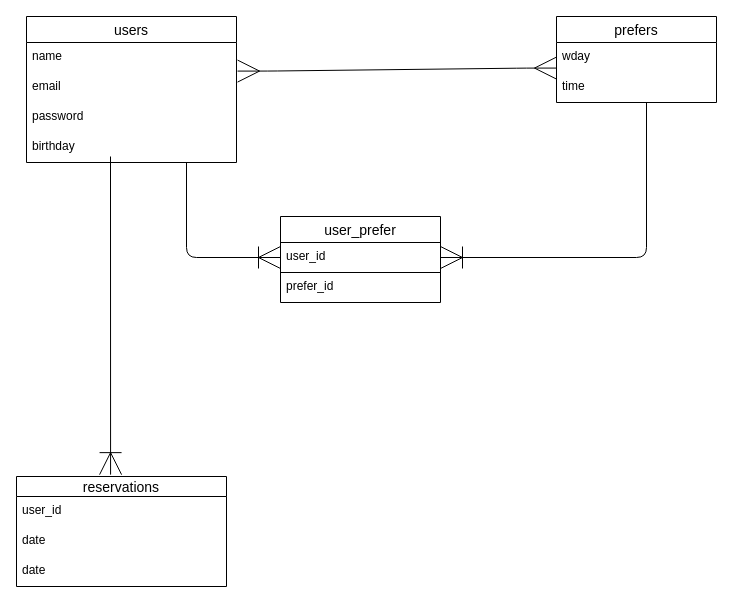
iehnfmsm/nailsalon keeps this draw.io diagram as nailsalon.dio. Above is the earlier version. Source tidied: cells renumbered, new cells numbered last; positions are measured from the earlier drawing's top-left corner, leaving out a move shared by most shapes. Both pictures are drawn from the tidied source at 100%, with x=0, y=0 at pixel (16, 16).
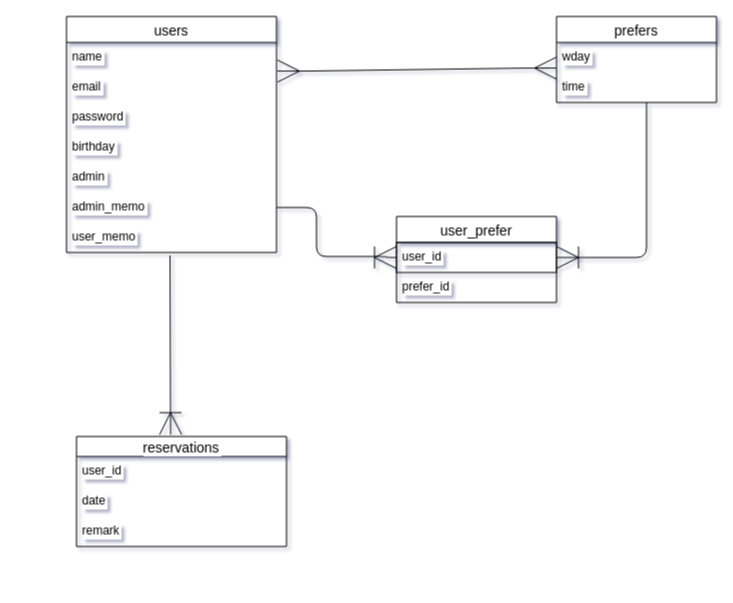
After the change.

The edit, as a diff of the source:
```diff
@@
-<mxGraphModel>
+<mxGraphModel background="#ffffff" shadow="1">
@@
-    <mxCell id="2" value="users" style="swimlane;fontStyle=0;horizontal=1;startSize=26;align=center;fontSize=14;" parent="1" vertex="1">
-      <mxGeometry x="10" width="210" height="146" as="geometry" />
+    <mxCell id="2" value="users" style="swimlane;fontStyle=0;horizontal=1;startSize=26;align=center;fontSize=14;labelBackgroundColor=#FFFFFF;" parent="1" vertex="1">
+      <mxGeometry x="50" width="210" height="236" as="geometry" />
     </mxCell>
-    <mxCell id="3" value="name" style="text;strokeColor=none;fillColor=none;spacingLeft=4;spacingRight=4;overflow=hidden;points=[[0,0.5],[1,0.5]];portConstraint=eastwest;fontSize=12;" parent="2" vertex="1">
+    <mxCell id="3" value="name" style="text;strokeColor=none;fillColor=none;spacingLeft=4;spacingRight=4;overflow=hidden;points=[[0,0.5],[1,0.5]];portConstraint=eastwest;fontSize=12;labelBackgroundColor=#FFFFFF;" parent="2" vertex="1">
       <mxGeometry y="26" width="210" height="30" as="geometry" />
     </mxCell>
-    <mxCell id="4" value="email" style="text;strokeColor=none;fillColor=none;spacingLeft=4;spacingRight=4;overflow=hidden;fontSize=12;" parent="2" vertex="1">
+    <mxCell id="4" value="email" style="text;strokeColor=none;fillColor=none;spacingLeft=4;spacingRight=4;overflow=hidden;fontSize=12;labelBackgroundColor=#FFFFFF;" parent="2" vertex="1">
       <mxGeometry y="56" width="210" height="30" as="geometry" />
     </mxCell>
-    <mxCell id="5" value="password" style="text;strokeColor=none;fillColor=none;spacingLeft=4;spacingRight=4;overflow=hidden;fontSize=12;" parent="2" vertex="1">
+    <mxCell id="5" value="password" style="text;strokeColor=none;fillColor=none;spacingLeft=4;spacingRight=4;overflow=hidden;fontSize=12;labelBackgroundColor=#FFFFFF;" parent="2" vertex="1">
       <mxGeometry y="86" width="210" height="30" as="geometry" />
     </mxCell>
-    <mxCell id="6" value="birthday" style="text;strokeColor=none;fillColor=none;spacingLeft=4;spacingRight=4;overflow=hidden;points=[[0,0.5],[1,0.5]];portConstraint=eastwest;fontSize=12;" parent="2" vertex="1">
+    <mxCell id="6" value="birthday" style="text;strokeColor=none;fillColor=none;spacingLeft=4;spacingRight=4;overflow=hidden;points=[[0,0.5],[1,0.5]];portConstraint=eastwest;fontSize=12;labelBackgroundColor=#FFFFFF;" parent="2" vertex="1">
       <mxGeometry y="116" width="210" height="30" as="geometry" />
     </mxCell>
+    <mxCell id="21" value="admin" style="text;strokeColor=none;fillColor=none;spacingLeft=4;spacingRight=4;overflow=hidden;fontSize=12;labelBackgroundColor=#FFFFFF;" parent="2" vertex="1">
+      <mxGeometry y="146" width="210" height="30" as="geometry" />
+    </mxCell>
+    <mxCell id="22" value="admin_memo" style="text;strokeColor=none;fillColor=none;spacingLeft=4;spacingRight=4;overflow=hidden;points=[[0,0.5],[1,0.5]];portConstraint=eastwest;fontSize=12;labelBackgroundColor=#FFFFFF;" parent="2" vertex="1">
+      <mxGeometry y="176" width="210" height="30" as="geometry" />
+    </mxCell>
+    <mxCell id="23" value="user_memo" style="text;strokeColor=none;fillColor=none;spacingLeft=4;spacingRight=4;overflow=hidden;points=[[0,0.5],[1,0.5]];portConstraint=eastwest;fontSize=12;labelBackgroundColor=#FFFFFF;" parent="2" vertex="1">
+      <mxGeometry y="206" width="210" height="30" as="geometry" />
+    </mxCell>
-    <mxCell id="7" value="reservations" style="swimlane;fontStyle=0;horizontal=1;startSize=20;align=center;fontSize=14;" parent="1" vertex="1">
-      <mxGeometry y="460" width="210" height="110" as="geometry" />
+    <mxCell id="7" value="reservations" style="swimlane;fontStyle=0;horizontal=1;startSize=20;align=center;fontSize=14;labelBackgroundColor=#FFFFFF;" parent="1" vertex="1">
+      <mxGeometry x="60" y="420" width="210" height="110" as="geometry" />
     </mxCell>
-    <mxCell id="8" value="user_id" style="text;strokeColor=none;fillColor=none;spacingLeft=4;spacingRight=4;overflow=hidden;fontSize=12;" parent="7" vertex="1">
+    <mxCell id="8" value="user_id" style="text;strokeColor=none;fillColor=none;spacingLeft=4;spacingRight=4;overflow=hidden;fontSize=12;labelBackgroundColor=#FFFFFF;" parent="7" vertex="1">
       <mxGeometry y="20" width="210" height="30" as="geometry" />
     </mxCell>
-    <mxCell id="9" value="date" style="text;strokeColor=none;fillColor=none;spacingLeft=4;spacingRight=4;overflow=hidden;fontSize=12;" parent="7" vertex="1">
+    <mxCell id="9" value="date" style="text;strokeColor=none;fillColor=none;spacingLeft=4;spacingRight=4;overflow=hidden;fontSize=12;labelBackgroundColor=#FFFFFF;" parent="7" vertex="1">
       <mxGeometry y="50" width="210" height="30" as="geometry" />
     </mxCell>
-    <mxCell id="10" value="date" style="text;strokeColor=none;fillColor=none;spacingLeft=4;spacingRight=4;overflow=hidden;fontSize=12;" parent="7" vertex="1">
+    <mxCell id="10" value="remark" style="text;strokeColor=none;fillColor=none;spacingLeft=4;spacingRight=4;overflow=hidden;fontSize=12;labelBackgroundColor=#FFFFFF;" parent="7" vertex="1">
       <mxGeometry y="80" width="210" height="30" as="geometry" />
     </mxCell>
-    <mxCell id="11" value="user_prefer" style="swimlane;fontStyle=0;horizontal=1;startSize=26;align=center;fontSize=14;" parent="1" vertex="1">
-      <mxGeometry x="264" y="200" width="160" height="86" as="geometry" />
+    <mxCell id="11" value="user_prefer" style="swimlane;fontStyle=0;horizontal=1;startSize=26;align=center;fontSize=14;labelBackgroundColor=#FFFFFF;" parent="1" vertex="1">
+      <mxGeometry x="380" y="200" width="160" height="86" as="geometry" />
     </mxCell>
-    <mxCell id="12" value="user_id" style="text;strokeColor=default;fillColor=none;spacingLeft=4;spacingRight=4;overflow=hidden;points=[[0,0.5],[1,0.5]];portConstraint=eastwest;fontSize=12;strokeWidth=1;" parent="11" vertex="1">
+    <mxCell id="12" value="user_id" style="text;strokeColor=default;fillColor=none;spacingLeft=4;spacingRight=4;overflow=hidden;points=[[0,0.5],[1,0.5]];portConstraint=eastwest;fontSize=12;strokeWidth=1;labelBackgroundColor=#FFFFFF;" parent="11" vertex="1">
       <mxGeometry y="26" width="160" height="30" as="geometry" />
     </mxCell>
-    <mxCell id="13" value="prefer_id" style="text;strokeColor=none;fillColor=none;spacingLeft=4;spacingRight=4;overflow=hidden;fontSize=12;" parent="11" vertex="1">
+    <mxCell id="13" value="prefer_id" style="text;strokeColor=none;fillColor=none;spacingLeft=4;spacingRight=4;overflow=hidden;fontSize=12;labelBackgroundColor=#FFFFFF;" parent="11" vertex="1">
       <mxGeometry y="56" width="160" height="30" as="geometry" />
     </mxCell>
-    <mxCell id="14" value="prefers" style="swimlane;fontStyle=0;horizontal=1;startSize=26;align=center;fontSize=14;" parent="1" vertex="1">
+    <mxCell id="14" value="prefers" style="swimlane;fontStyle=0;horizontal=1;startSize=26;align=center;fontSize=14;labelBackgroundColor=#FFFFFF;" parent="1" vertex="1">
       <mxGeometry x="540" width="160" height="86" as="geometry" />
     </mxCell>
-    <mxCell id="15" value="wday" style="text;strokeColor=none;fillColor=none;spacingLeft=4;spacingRight=4;overflow=hidden;points=[[0,0.5],[1,0.5]];portConstraint=eastwest;fontSize=12;" parent="14" vertex="1">
+    <mxCell id="15" value="wday" style="text;strokeColor=none;fillColor=none;spacingLeft=4;spacingRight=4;overflow=hidden;points=[[0,0.5],[1,0.5]];portConstraint=eastwest;fontSize=12;labelBackgroundColor=#FFFFFF;" parent="14" vertex="1">
       <mxGeometry y="26" width="160" height="30" as="geometry" />
     </mxCell>
-    <mxCell id="16" value="time" style="text;strokeColor=none;fillColor=none;spacingLeft=4;spacingRight=4;overflow=hidden;points=[[0,0.5],[1,0.5]];portConstraint=eastwest;fontSize=12;" parent="14" vertex="1">
+    <mxCell id="16" value="time" style="text;strokeColor=none;fillColor=none;spacingLeft=4;spacingRight=4;overflow=hidden;points=[[0,0.5],[1,0.5]];portConstraint=eastwest;fontSize=12;labelBackgroundColor=#FFFFFF;" parent="14" vertex="1">
       <mxGeometry y="56" width="160" height="30" as="geometry" />
     </mxCell>
-    <mxCell id="17" style="edgeStyle=orthogonalEdgeStyle;fontSize=12;html=1;endArrow=ERoneToMany;strokeWidth=1;endSize=20;startSize=9;" parent="1" edge="1" source="6" target="12">
+    <mxCell id="17" style="edgeStyle=orthogonalEdgeStyle;fontSize=12;html=1;endArrow=ERoneToMany;strokeWidth=1;endSize=20;startSize=9;exitX=1;exitY=0.5;exitDx=0;exitDy=0;labelBackgroundColor=#FFFFFF;" parent="1" edge="1" source="22" target="12">
       <mxGeometry relative="1" as="geometry">
         <Array as="points">
-          <mxPoint x="170" y="241" />
+          <mxPoint x="300" y="191" />
+          <mxPoint x="300" y="240" />
+          <mxPoint x="370" y="240" />
+          <mxPoint x="370" y="241" />
         </Array>
       </mxGeometry>
     </mxCell>
-    <mxCell id="18" style="edgeStyle=entityRelationEdgeStyle;fontSize=12;html=1;endArrow=ERmany;startArrow=ERmany;startSize=20;endSize=20;strokeWidth=1;entryX=0;entryY=0.853;entryDx=0;entryDy=0;entryPerimeter=0;exitX=1.005;exitY=0.953;exitDx=0;exitDy=0;exitPerimeter=0;" parent="1" edge="1" source="3" target="15">
+    <mxCell id="18" style="edgeStyle=entityRelationEdgeStyle;fontSize=12;html=1;endArrow=ERmany;startArrow=ERmany;startSize=20;endSize=20;strokeWidth=1;entryX=0;entryY=0.853;entryDx=0;entryDy=0;entryPerimeter=0;exitX=1.005;exitY=0.953;exitDx=0;exitDy=0;exitPerimeter=0;labelBackgroundColor=#FFFFFF;" parent="1" edge="1" source="3" target="15">
       <mxGeometry relative="1" as="geometry" />
     </mxCell>
-    <mxCell id="19" style="edgeStyle=orthogonalEdgeStyle;fontSize=12;html=1;endArrow=ERoneToMany;startSize=20;endSize=20;strokeWidth=1;entryX=1;entryY=0.5;entryDx=0;entryDy=0;" parent="1" edge="1" source="16" target="12">
+    <mxCell id="19" style="edgeStyle=orthogonalEdgeStyle;fontSize=12;html=1;endArrow=ERoneToMany;startSize=20;endSize=20;strokeWidth=1;entryX=1;entryY=0.5;entryDx=0;entryDy=0;labelBackgroundColor=#FFFFFF;" parent="1" edge="1" source="16" target="12">
       <mxGeometry relative="1" as="geometry">
         <Array as="points">
           <mxPoint x="630" y="241" />
         </Array>
       </mxGeometry>
     </mxCell>
-    <mxCell id="20" style="fontSize=12;html=1;endArrow=ERoneToMany;startSize=20;endSize=20;strokeWidth=1;entryX=0.448;entryY=-0.017;entryDx=0;entryDy=0;entryPerimeter=0;" parent="1" edge="1" target="7">
-      <mxGeometry relative="1" as="geometry">
-        <mxPoint x="94" y="140" as="sourcePoint" />
-      </mxGeometry>
+    <mxCell id="20" style="fontSize=12;html=1;endArrow=ERoneToMany;startSize=20;endSize=20;strokeWidth=1;entryX=0.448;entryY=-0.017;entryDx=0;entryDy=0;entryPerimeter=0;labelBackgroundColor=#FFFFFF;exitX=0.493;exitY=1.1;exitDx=0;exitDy=0;exitPerimeter=0;" parent="1" edge="1" source="23" target="7">
+      <mxGeometry relative="1" as="geometry" />
     </mxCell>
```
